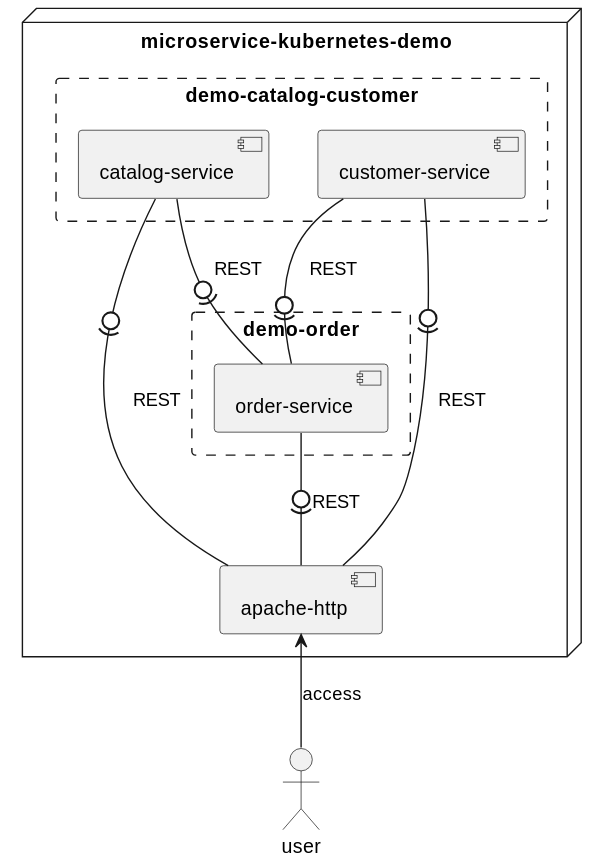
Earlier version of the PlantUML export microservice-kubernetes-demo.svg (TuncerCatalkaya/chaos-engineering-tools-examples).
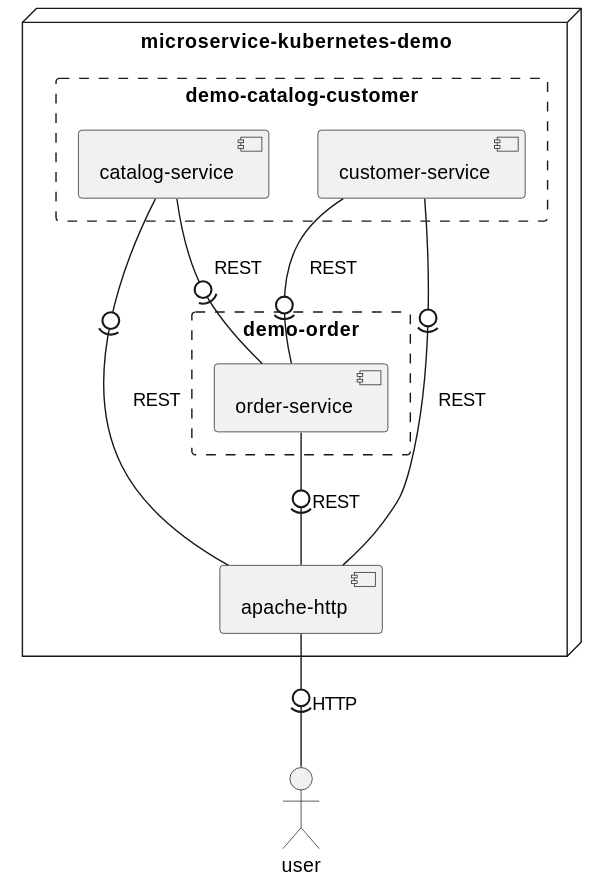
The same file after the commit.

Commit message:
fixed apache http interface in component diagram

What changed in the source:
```diff
@@ -14,7 +14,7 @@
     component "apache-http" as apacheHttp
 }
 
-user -up-> apacheHttp: access
+user -up(0- apacheHttp: HTTP
 
 catalogService -0)- apacheHttp: REST
 customerService -0)- apacheHttp: REST
```
